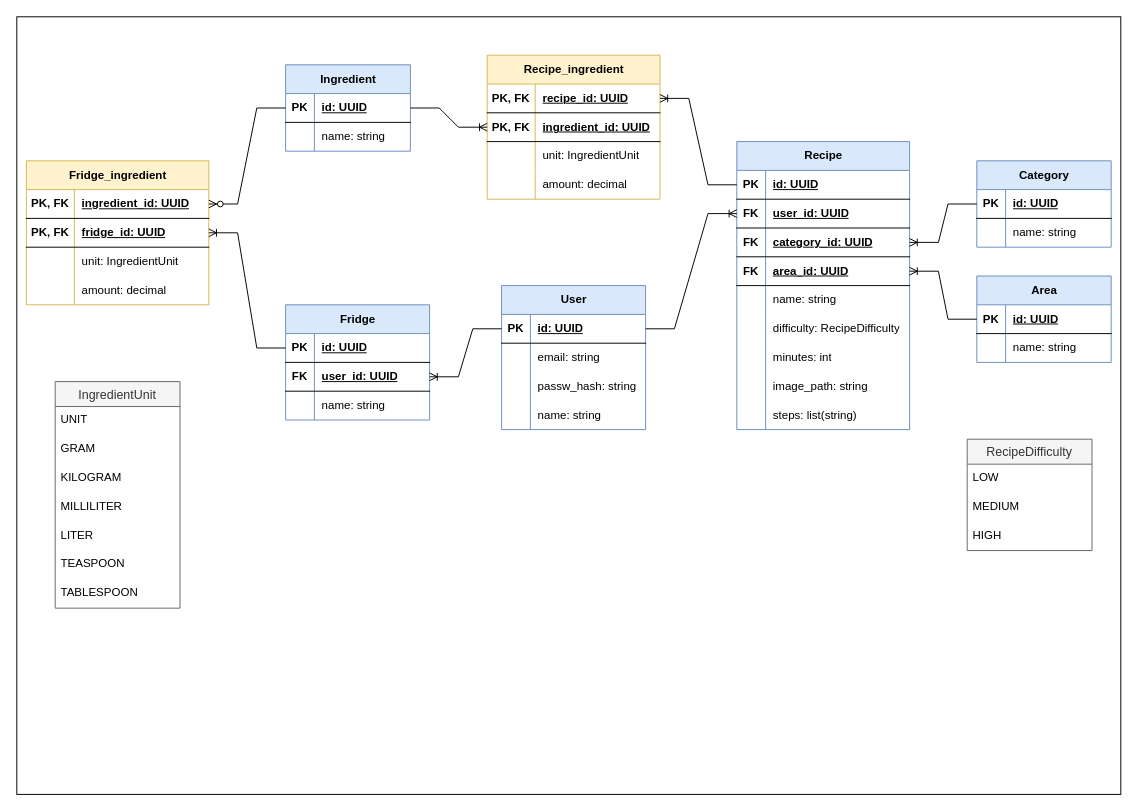
angelapgdev/recipe-book keeps this draw.io diagram as docs/database/logic-model.drawio. Above is the earlier version. Source tidied: cells renumbered, new cells numbered last; positions are measured from the earlier drawing's top-left corner, leaving out a move shared by most shapes. Both pictures are drawn from the tidied source at 96%, with x=0, y=0 at pixel (16, 16).
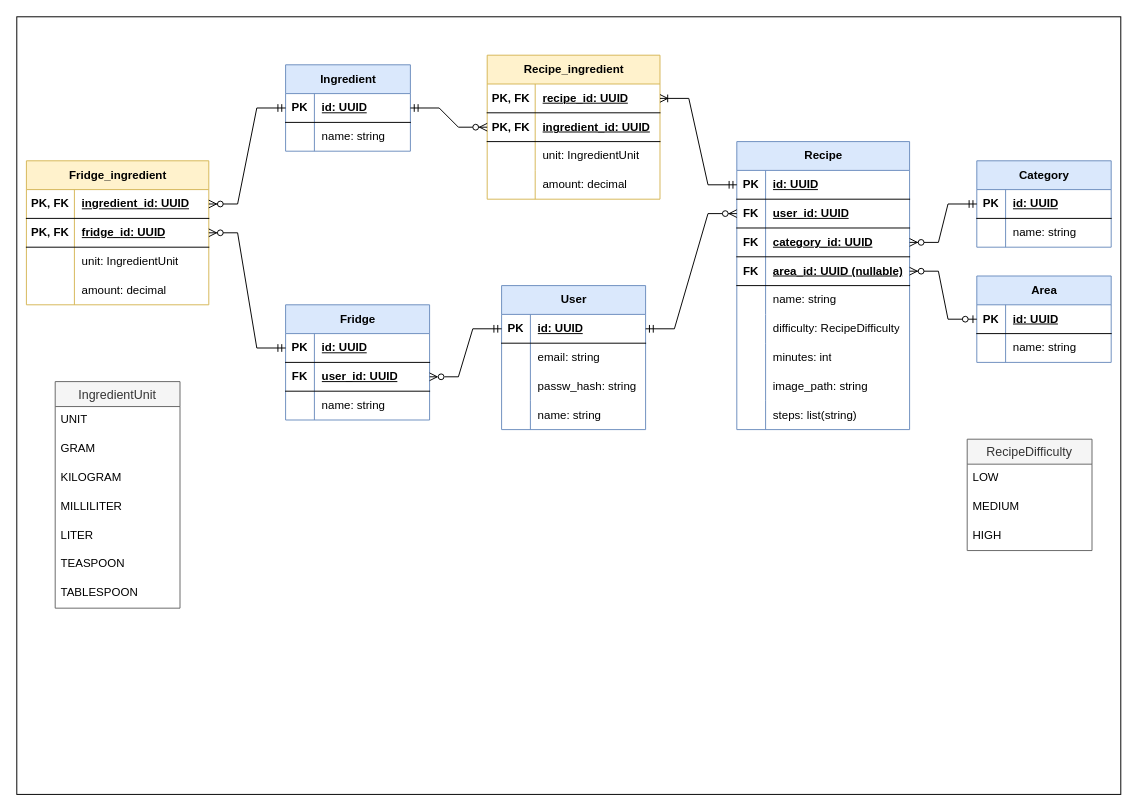
The same page after the edit.

The change refers to these unchanged cells:
```xml
<mxCell id="4" style="shape=tableRow;horizontal=0;startSize=0;swimlaneHead=0;swimlaneBody=0;fillColor=none;points=[[0,0.5],[1,0.5]];portConstraint=eastwest;top=0;left=0;right=0;bottom=1;" parent="3" vertex="1">
  <mxGeometry y="30" width="150" height="30" as="geometry" />
</mxCell>
<mxCell id="17" style="shape=tableRow;horizontal=0;startSize=0;swimlaneHead=0;swimlaneBody=0;fillColor=none;points=[[0,0.5],[1,0.5]];portConstraint=eastwest;top=0;left=0;right=0;bottom=1;" parent="16" vertex="1">
  <mxGeometry y="30" width="140" height="30" as="geometry" />
</mxCell>
<mxCell id="24" style="shape=tableRow;horizontal=0;startSize=0;swimlaneHead=0;swimlaneBody=0;fillColor=none;points=[[0,0.5],[1,0.5]];portConstraint=eastwest;top=0;left=0;right=0;bottom=1;" parent="23" vertex="1">
  <mxGeometry y="30" width="140" height="30" as="geometry" />
</mxCell>
<mxCell id="31" style="shape=tableRow;horizontal=0;startSize=0;swimlaneHead=0;swimlaneBody=0;fillColor=none;points=[[0,0.5],[1,0.5]];portConstraint=eastwest;top=0;left=0;right=0;bottom=1;" parent="30" vertex="1">
  <mxGeometry y="30" width="180" height="30" as="geometry" />
</mxCell>
<mxCell id="34" style="shape=tableRow;horizontal=0;startSize=0;swimlaneHead=0;swimlaneBody=0;fillColor=none;points=[[0,0.5],[1,0.5]];portConstraint=eastwest;top=0;left=0;right=0;bottom=1;" parent="30" vertex="1">
  <mxGeometry y="60" width="180" height="30" as="geometry" />
</mxCell>
<mxCell id="37" style="shape=tableRow;horizontal=0;startSize=0;swimlaneHead=0;swimlaneBody=0;fillColor=none;points=[[0,0.5],[1,0.5]];portConstraint=eastwest;top=0;left=0;right=0;bottom=1;" parent="30" vertex="1">
  <mxGeometry y="90" width="180" height="30" as="geometry" />
</mxCell>
<mxCell id="40" style="shape=tableRow;horizontal=0;startSize=0;swimlaneHead=0;swimlaneBody=0;fillColor=none;points=[[0,0.5],[1,0.5]];portConstraint=eastwest;top=0;left=0;right=0;bottom=1;" parent="30" vertex="1">
  <mxGeometry y="120" width="180" height="30" as="geometry" />
</mxCell>
<mxCell id="64" style="shape=tableRow;horizontal=0;startSize=0;swimlaneHead=0;swimlaneBody=0;fillColor=none;points=[[0,0.5],[1,0.5]];portConstraint=eastwest;top=0;left=0;right=0;bottom=1;" parent="63" vertex="1">
  <mxGeometry y="30" width="130" height="30" as="geometry" />
</mxCell>
<mxCell id="71" style="shape=tableRow;horizontal=0;startSize=0;swimlaneHead=0;swimlaneBody=0;fillColor=none;points=[[0,0.5],[1,0.5]];portConstraint=eastwest;top=0;left=0;right=0;bottom=1;" parent="70" vertex="1">
  <mxGeometry y="30" width="150" height="30" as="geometry" />
</mxCell>
<mxCell id="74" style="shape=tableRow;horizontal=0;startSize=0;swimlaneHead=0;swimlaneBody=0;fillColor=none;points=[[0,0.5],[1,0.5]];portConstraint=eastwest;top=0;left=0;right=0;bottom=1;" parent="70" vertex="1">
  <mxGeometry y="60" width="150" height="30" as="geometry" />
</mxCell>
<mxCell id="82" style="shape=tableRow;horizontal=0;startSize=0;swimlaneHead=0;swimlaneBody=0;fillColor=none;points=[[0,0.5],[1,0.5]];portConstraint=eastwest;top=0;left=0;right=0;bottom=1;" parent="81" vertex="1">
  <mxGeometry y="30" width="190" height="30" as="geometry" />
</mxCell>
<mxCell id="85" style="shape=tableRow;horizontal=0;startSize=0;swimlaneHead=0;swimlaneBody=0;fillColor=none;points=[[0,0.5],[1,0.5]];portConstraint=eastwest;top=0;left=0;right=0;bottom=1;" parent="81" vertex="1">
  <mxGeometry y="60" width="190" height="30" as="geometry" />
</mxCell>
<mxCell id="95" style="shape=tableRow;horizontal=0;startSize=0;swimlaneHead=0;swimlaneBody=0;fillColor=none;points=[[0,0.5],[1,0.5]];portConstraint=eastwest;top=0;left=0;right=0;bottom=1;" parent="94" vertex="1">
  <mxGeometry y="30" width="180" height="30" as="geometry" />
</mxCell>
<mxCell id="98" style="shape=tableRow;horizontal=0;startSize=0;swimlaneHead=0;swimlaneBody=0;fillColor=none;points=[[0,0.5],[1,0.5]];portConstraint=eastwest;top=0;left=0;right=0;bottom=1;" parent="94" vertex="1">
  <mxGeometry y="60" width="180" height="30" as="geometry" />
</mxCell>
```

Change to the diagram source:
```diff
@@
-    <mxCell id="42" value="area_id: UUID" style="shape=partialRectangle;fillColor=none;top=0;left=0;bottom=0;right=0;align=left;spacingLeft=6;fontStyle=5;overflow=hidden;whiteSpace=wrap;html=1;" parent="40" vertex="1">
+    <mxCell id="42" value="area_id: UUID (nullable)" style="shape=partialRectangle;fillColor=none;top=0;left=0;bottom=0;right=0;align=left;spacingLeft=6;fontStyle=5;overflow=hidden;whiteSpace=wrap;html=1;" parent="40" vertex="1">
       <mxGeometry x="30" width="150" height="30" as="geometry" />
     </mxCell>
@@
-    <mxCell id="62" style="edgeStyle=entityRelationEdgeStyle;fontSize=12;html=1;endArrow=ERoneToMany;rounded=0;strokeColor=default;align=center;verticalAlign=middle;fontFamily=Helvetica;fontColor=default;labelBackgroundColor=default;exitX=1;exitY=0.5;exitDx=0;exitDy=0;entryX=0;entryY=0.5;entryDx=0;entryDy=0;" parent="1" edge="1" source="4" target="34">
+    <mxCell id="62" style="edgeStyle=entityRelationEdgeStyle;fontSize=12;html=1;startArrow=ERmandOne;endArrow=ERzeroToMany;rounded=0;strokeColor=default;align=center;verticalAlign=middle;fontFamily=Helvetica;fontColor=default;labelBackgroundColor=default;exitX=1;exitY=0.5;exitDx=0;exitDy=0;entryX=0;entryY=0.5;entryDx=0;entryDy=0;" parent="1" edge="1" source="4" target="34">
       <mxGeometry relative="1" as="geometry" />
     </mxCell>
@@
-    <mxCell id="80" style="edgeStyle=entityRelationEdgeStyle;fontSize=12;html=1;endArrow=ERoneToMany;rounded=0;strokeColor=default;align=center;verticalAlign=middle;fontFamily=Helvetica;fontColor=default;labelBackgroundColor=default;exitX=0;exitY=0.5;exitDx=0;exitDy=0;entryX=1;entryY=0.5;entryDx=0;entryDy=0;" parent="1" edge="1" source="4" target="74">
+    <mxCell id="80" style="edgeStyle=entityRelationEdgeStyle;fontSize=12;html=1;startArrow=ERmandOne;endArrow=ERzeroToMany;rounded=0;strokeColor=default;align=center;verticalAlign=middle;fontFamily=Helvetica;fontColor=default;labelBackgroundColor=default;exitX=0;exitY=0.5;exitDx=0;exitDy=0;entryX=1;entryY=0.5;entryDx=0;entryDy=0;startArrow=ERmandOne;startFill=0;endFill=0;" parent="1" edge="1" source="4" target="74">
       <mxGeometry relative="1" as="geometry" />
     </mxCell>
@@
-    <mxCell id="107" style="edgeStyle=entityRelationEdgeStyle;fontSize=12;html=1;endArrow=ERoneToMany;rounded=0;strokeColor=default;align=center;verticalAlign=middle;fontFamily=Helvetica;fontColor=default;labelBackgroundColor=default;entryX=1;entryY=0.5;entryDx=0;entryDy=0;" parent="1" edge="1" source="17" target="37">
+    <mxCell id="107" style="edgeStyle=entityRelationEdgeStyle;fontSize=12;html=1;startArrow=ERmandOne;endArrow=ERzeroToMany;rounded=0;strokeColor=default;align=center;verticalAlign=middle;fontFamily=Helvetica;fontColor=default;labelBackgroundColor=default;entryX=1;entryY=0.5;entryDx=0;entryDy=0;" parent="1" edge="1" source="17" target="37">
       <mxGeometry relative="1" as="geometry" />
     </mxCell>
-    <mxCell id="108" style="edgeStyle=entityRelationEdgeStyle;fontSize=12;html=1;endArrow=ERoneToMany;rounded=0;strokeColor=default;align=center;verticalAlign=middle;fontFamily=Helvetica;fontColor=default;labelBackgroundColor=default;entryX=1;entryY=0.5;entryDx=0;entryDy=0;exitX=0;exitY=0.5;exitDx=0;exitDy=0;" parent="1" edge="1" source="24" target="40">
+    <mxCell id="108" style="edgeStyle=entityRelationEdgeStyle;fontSize=12;html=1;startArrow=ERzeroToOne;endArrow=ERzeroToMany;rounded=0;strokeColor=default;align=center;verticalAlign=middle;fontFamily=Helvetica;fontColor=default;labelBackgroundColor=default;entryX=1;entryY=0.5;entryDx=0;entryDy=0;exitX=0;exitY=0.5;exitDx=0;exitDy=0;" parent="1" edge="1" source="24" target="40">
       <mxGeometry relative="1" as="geometry" />
     </mxCell>
-    <mxCell id="109" style="edgeStyle=entityRelationEdgeStyle;fontSize=12;html=1;endArrow=ERoneToMany;rounded=0;strokeColor=default;align=center;verticalAlign=middle;fontFamily=Helvetica;fontColor=default;labelBackgroundColor=default;exitX=0;exitY=0.5;exitDx=0;exitDy=0;entryX=1;entryY=0.5;entryDx=0;entryDy=0;" parent="1" edge="1" source="31" target="95">
+    <mxCell id="109" style="edgeStyle=entityRelationEdgeStyle;fontSize=12;html=1;startArrow=ERmandOne;endArrow=ERoneToMany;rounded=0;strokeColor=default;align=center;verticalAlign=middle;fontFamily=Helvetica;fontColor=default;labelBackgroundColor=default;exitX=0;exitY=0.5;exitDx=0;exitDy=0;entryX=1;entryY=0.5;entryDx=0;entryDy=0;" parent="1" edge="1" source="31" target="95">
       <mxGeometry relative="1" as="geometry" />
     </mxCell>
-    <mxCell id="110" style="edgeStyle=entityRelationEdgeStyle;fontSize=12;html=1;endArrow=ERoneToMany;rounded=0;strokeColor=default;align=center;verticalAlign=middle;fontFamily=Helvetica;fontColor=default;labelBackgroundColor=default;entryX=0;entryY=0.5;entryDx=0;entryDy=0;exitX=1;exitY=0.5;exitDx=0;exitDy=0;" parent="1" edge="1" source="64" target="98">
+    <mxCell id="110" style="edgeStyle=entityRelationEdgeStyle;fontSize=12;html=1;startArrow=ERmandOne;endArrow=ERzeroToMany;rounded=0;strokeColor=default;align=center;verticalAlign=middle;fontFamily=Helvetica;fontColor=default;labelBackgroundColor=default;entryX=0;entryY=0.5;entryDx=0;entryDy=0;exitX=1;exitY=0.5;exitDx=0;exitDy=0;" parent="1" edge="1" source="64" target="98">
       <mxGeometry relative="1" as="geometry" />
     </mxCell>
-    <mxCell id="111" style="edgeStyle=entityRelationEdgeStyle;fontSize=12;html=1;endArrow=ERzeroToMany;endFill=1;rounded=0;strokeColor=default;align=center;verticalAlign=middle;fontFamily=Helvetica;fontColor=default;labelBackgroundColor=default;exitX=0;exitY=0.5;exitDx=0;exitDy=0;entryX=1;entryY=0.5;entryDx=0;entryDy=0;" parent="1" edge="1" source="64" target="82">
+    <mxCell id="111" style="edgeStyle=entityRelationEdgeStyle;fontSize=12;html=1;startArrow=ERmandOne;endArrow=ERzeroToMany;endFill=1;rounded=0;strokeColor=default;align=center;verticalAlign=middle;fontFamily=Helvetica;fontColor=default;labelBackgroundColor=default;exitX=0;exitY=0.5;exitDx=0;exitDy=0;entryX=1;entryY=0.5;entryDx=0;entryDy=0;" parent="1" edge="1" source="64" target="82">
       <mxGeometry relative="1" as="geometry" />
     </mxCell>
-    <mxCell id="112" style="edgeStyle=entityRelationEdgeStyle;fontSize=12;html=1;endArrow=ERoneToMany;rounded=0;strokeColor=default;align=center;verticalAlign=middle;fontFamily=Helvetica;fontColor=default;labelBackgroundColor=default;exitX=0;exitY=0.5;exitDx=0;exitDy=0;entryX=1;entryY=0.5;entryDx=0;entryDy=0;" parent="1" edge="1" source="71" target="85">
+    <mxCell id="112" style="edgeStyle=entityRelationEdgeStyle;fontSize=12;html=1;startArrow=ERmandOne;endArrow=ERzeroToMany;rounded=0;strokeColor=default;align=center;verticalAlign=middle;fontFamily=Helvetica;fontColor=default;labelBackgroundColor=default;exitX=0;exitY=0.5;exitDx=0;exitDy=0;entryX=1;entryY=0.5;entryDx=0;entryDy=0;" parent="1" edge="1" source="71" target="85">
       <mxGeometry relative="1" as="geometry" />
     </mxCell>
```
